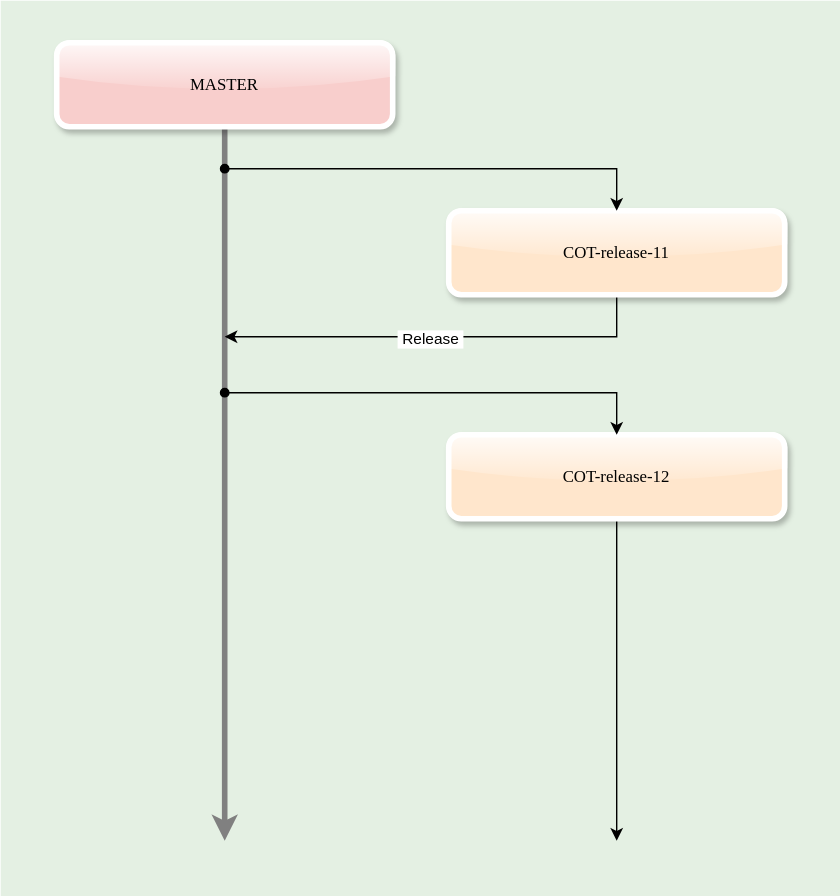
The draw.io diagram Git-flow.drawio.svg in alexander-lyakhov/draw.io, before a commit. Source tidied: cells renumbered, new cells last; positions are measured from the earlier drawing's top-left corner, leaving out a move shared by most shapes.
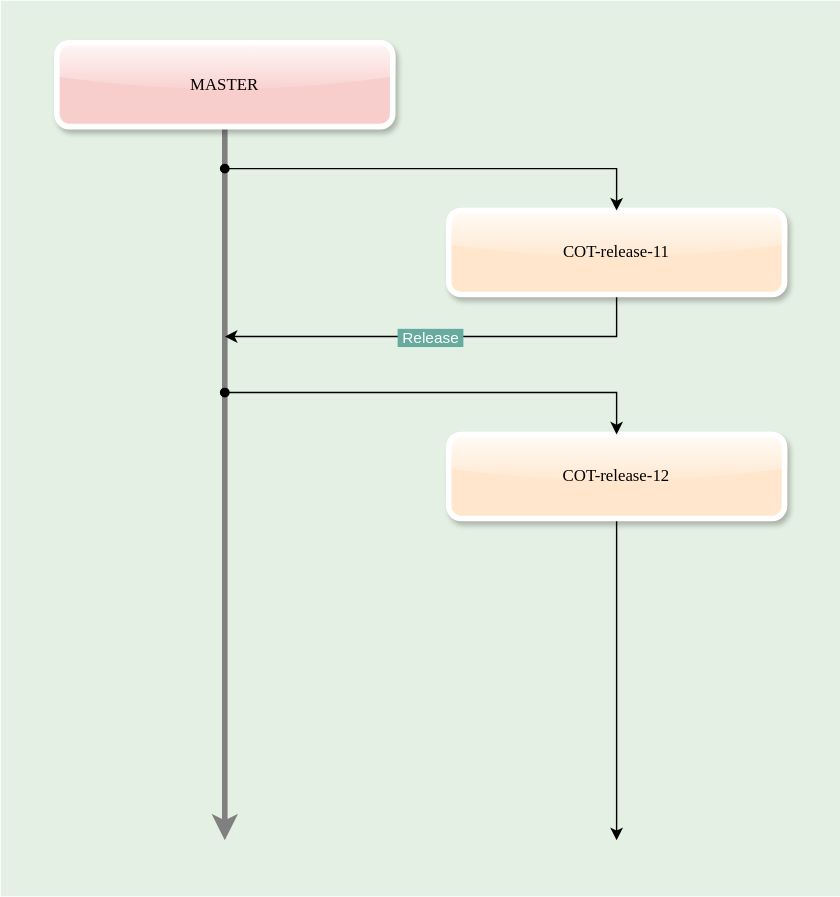
The same diagram one commit later.

The edit, as a diff of the source:
```diff
@@ -34,7 +34,7 @@
         </Array>
       </mxGeometry>
     </mxCell>
-    <mxCell id="8" value="&amp;nbsp;Release&amp;nbsp;" style="edgeLabel;html=1;align=center;verticalAlign=middle;" parent="7" vertex="1">
+    <mxCell id="8" value="&amp;nbsp;Release&amp;nbsp;" style="edgeLabel;html=1;align=center;verticalAlign=middle;labelBackgroundColor=#67AB9F;fontColor=#FFFFFF;textShadow=0;fontSize=11;labelBorderColor=none;" parent="7" vertex="1">
       <mxGeometry x="0.06" y="1" relative="1" as="geometry" />
     </mxCell>
     <mxCell id="9" value="COT-release-11" style="rounded=1;whiteSpace=wrap;html=1;fillColor=#ffe6cc;strokeColor=#FFFFFF;shadow=1;glass=1;strokeWidth=4;align=center;verticalAlign=middle;fontFamily=Verdana;fontSize=12;" parent="1" vertex="1">
```
